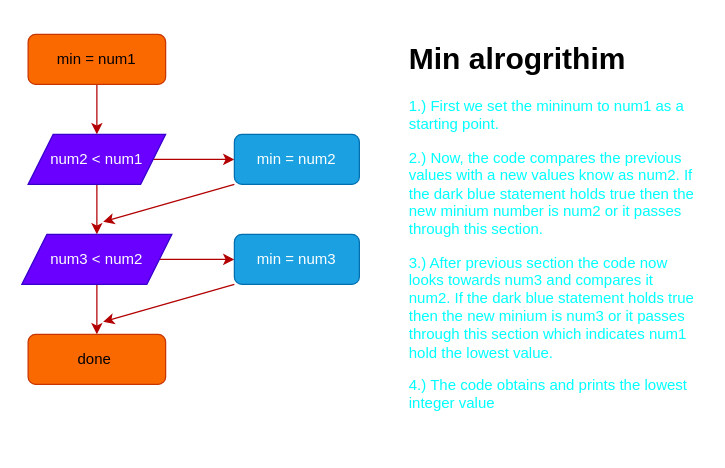
The draw.io diagram Flowchart.drawio in ipivanparra/AD-3-1, before the edit. Source tidied: cells renumbered, new cells numbered last; positions are measured from the earlier drawing's top-left corner, leaving out a move shared by most shapes. Both pictures are drawn from the tidied source at 125%, with x=0, y=0 at pixel (21, 34).
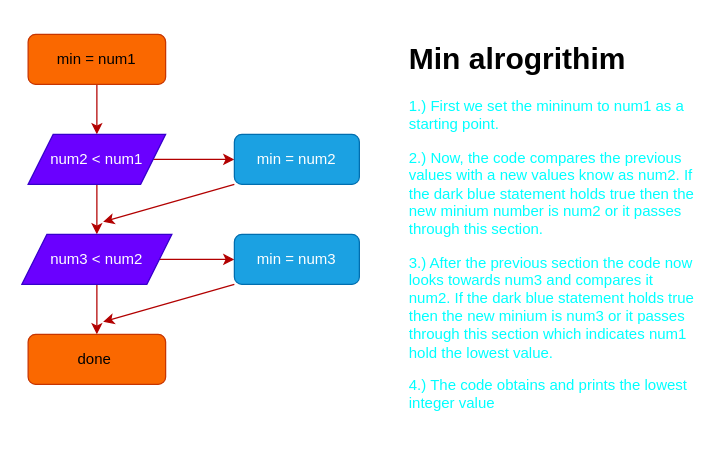
The same diagram, later.

The edit, as a diff of the source:
```diff
@@
 <mxGraphModel>
   <root>
     <mxCell id="0" />
     <mxCell id="1" parent="0" />
     <mxCell id="2" style="edgeStyle=none;html=1;exitX=0.5;exitY=1;exitDx=0;exitDy=0;entryX=0.5;entryY=0;entryDx=0;entryDy=0;fillColor=#e51400;strokeColor=#B20000;" parent="1" edge="1" source="3" target="6">
       <mxGeometry relative="1" as="geometry" />
     </mxCell>
     <mxCell id="3" value="min = num1" style="rounded=1;whiteSpace=wrap;html=1;fillColor=#fa6800;fontColor=#000000;strokeColor=#C73500;" parent="1" vertex="1">
       <mxGeometry x="5" width="110" height="40" as="geometry" />
     </mxCell>
     <mxCell id="4" style="edgeStyle=none;html=1;exitX=0.5;exitY=1;exitDx=0;exitDy=0;entryX=0.5;entryY=0;entryDx=0;entryDy=0;fillColor=#e51400;strokeColor=#B20000;" parent="1" edge="1" source="6" target="9">
       <mxGeometry relative="1" as="geometry" />
     </mxCell>
     <mxCell id="5" style="edgeStyle=none;html=1;exitX=1;exitY=0.5;exitDx=0;exitDy=0;entryX=0;entryY=0.5;entryDx=0;entryDy=0;fillColor=#e51400;strokeColor=#B20000;" parent="1" edge="1" source="6" target="12">
       <mxGeometry relative="1" as="geometry" />
     </mxCell>
     <mxCell id="6" value="num2 &amp;lt; num1" style="shape=parallelogram;perimeter=parallelogramPerimeter;whiteSpace=wrap;html=1;fixedSize=1;fillColor=#6a00ff;fontColor=#ffffff;strokeColor=#3700CC;" parent="1" vertex="1">
       <mxGeometry x="5" y="80" width="110" height="40" as="geometry" />
     </mxCell>
     <mxCell id="7" style="edgeStyle=none;html=1;exitX=0.5;exitY=1;exitDx=0;exitDy=0;entryX=0.5;entryY=0;entryDx=0;entryDy=0;fillColor=#e51400;strokeColor=#B20000;" parent="1" edge="1" source="9" target="10">
       <mxGeometry relative="1" as="geometry" />
     </mxCell>
     <mxCell id="8" style="edgeStyle=none;html=1;exitX=1;exitY=0.5;exitDx=0;exitDy=0;entryX=0;entryY=0.5;entryDx=0;entryDy=0;fillColor=#e51400;strokeColor=#B20000;" parent="1" edge="1" source="9" target="14">
       <mxGeometry relative="1" as="geometry" />
     </mxCell>
     <mxCell id="9" value="num3 &amp;lt; num2" style="shape=parallelogram;perimeter=parallelogramPerimeter;whiteSpace=wrap;html=1;fixedSize=1;fillColor=#6a00ff;fontColor=#ffffff;strokeColor=#3700CC;" parent="1" vertex="1">
       <mxGeometry y="160" width="120" height="40" as="geometry" />
     </mxCell>
     <mxCell id="10" value="done&amp;nbsp;" style="rounded=1;whiteSpace=wrap;html=1;fillColor=#fa6800;fontColor=#000000;strokeColor=#C73500;" parent="1" vertex="1">
       <mxGeometry x="5" y="240" width="110" height="40" as="geometry" />
     </mxCell>
     <mxCell id="11" style="edgeStyle=none;html=1;exitX=0;exitY=1;exitDx=0;exitDy=0;fillColor=#e51400;strokeColor=#B20000;" parent="1" edge="1" source="12">
       <mxGeometry relative="1" as="geometry">
         <mxPoint x="65" y="150" as="targetPoint" />
       </mxGeometry>
     </mxCell>
     <mxCell id="12" value="min = num2" style="rounded=1;whiteSpace=wrap;html=1;fillColor=#1ba1e2;fontColor=#ffffff;strokeColor=#006EAF;" parent="1" vertex="1">
       <mxGeometry x="170" y="80" width="100" height="40" as="geometry" />
     </mxCell>
     <mxCell id="13" style="edgeStyle=none;html=1;exitX=0;exitY=1;exitDx=0;exitDy=0;fillColor=#e51400;strokeColor=#B20000;" parent="1" edge="1" source="14">
       <mxGeometry relative="1" as="geometry">
         <mxPoint x="65" y="230" as="targetPoint" />
       </mxGeometry>
     </mxCell>
     <mxCell id="14" value="min = num3" style="rounded=1;whiteSpace=wrap;html=1;fillColor=#1ba1e2;fontColor=#ffffff;strokeColor=#006EAF;" parent="1" vertex="1">
       <mxGeometry x="170" y="160" width="100" height="40" as="geometry" />
     </mxCell>
-    <mxCell id="15" value="&lt;h1&gt;Min alrogrithim&amp;nbsp;&lt;/h1&gt;&lt;p&gt;&lt;font color=&quot;#00ffff&quot;&gt;1.) First we set the mininum to num1 as a starting point.&amp;nbsp;&lt;/font&gt;&lt;/p&gt;&lt;p&gt;&lt;font color=&quot;#00ffff&quot;&gt;2.) Now, the code compares the previous values with a new values know as num2. If the dark blue statement holds true then the new minium number is num2 or it passes through this section.&amp;nbsp;&lt;/font&gt;&lt;/p&gt;&lt;p&gt;&lt;font color=&quot;#00ffff&quot;&gt;3.) After previous section the code now looks towards num3 and compares it num2. If the dark blue statement holds true then the new minium is num3 or it passes through this section which indicates num1 hold the lowest value.&lt;/font&gt;&lt;/p&gt;&lt;p&gt;&lt;font color=&quot;#00ffff&quot;&gt;4.) The code obtains and prints the lowest integer value&amp;nbsp;&lt;/font&gt;&lt;/p&gt;&lt;p&gt;&lt;br&gt;&lt;/p&gt;" style="text;html=1;strokeColor=none;fillColor=none;spacing=5;spacingTop=-20;whiteSpace=wrap;overflow=hidden;rounded=0;" parent="1" vertex="1">
+    <mxCell id="15" value="&lt;h1&gt;Min alrogrithim&amp;nbsp;&lt;/h1&gt;&lt;p&gt;&lt;font color=&quot;#00ffff&quot;&gt;1.) First we set the mininum to num1 as a starting point.&amp;nbsp;&lt;/font&gt;&lt;/p&gt;&lt;p&gt;&lt;font color=&quot;#00ffff&quot;&gt;2.) Now, the code compares the previous values with a new values know as num2. If the dark blue statement holds true then the new minium number is num2 or it passes through this section.&amp;nbsp;&lt;/font&gt;&lt;/p&gt;&lt;p&gt;&lt;font color=&quot;#00ffff&quot;&gt;3.) After the previous section the code now looks towards num3 and compares it num2. If the dark blue statement holds true then the new minium is num3 or it passes through this section which indicates num1 hold the lowest value.&lt;/font&gt;&lt;/p&gt;&lt;p&gt;&lt;font color=&quot;#00ffff&quot;&gt;4.) The code obtains and prints the lowest integer value&amp;nbsp;&lt;/font&gt;&lt;/p&gt;&lt;p&gt;&lt;br&gt;&lt;/p&gt;" style="text;html=1;strokeColor=none;fillColor=none;spacing=5;spacingTop=-20;whiteSpace=wrap;overflow=hidden;rounded=0;" parent="1" vertex="1">
       <mxGeometry x="305" width="240" height="330" as="geometry" />
     </mxCell>
   </root>
 </mxGraphModel>
```
